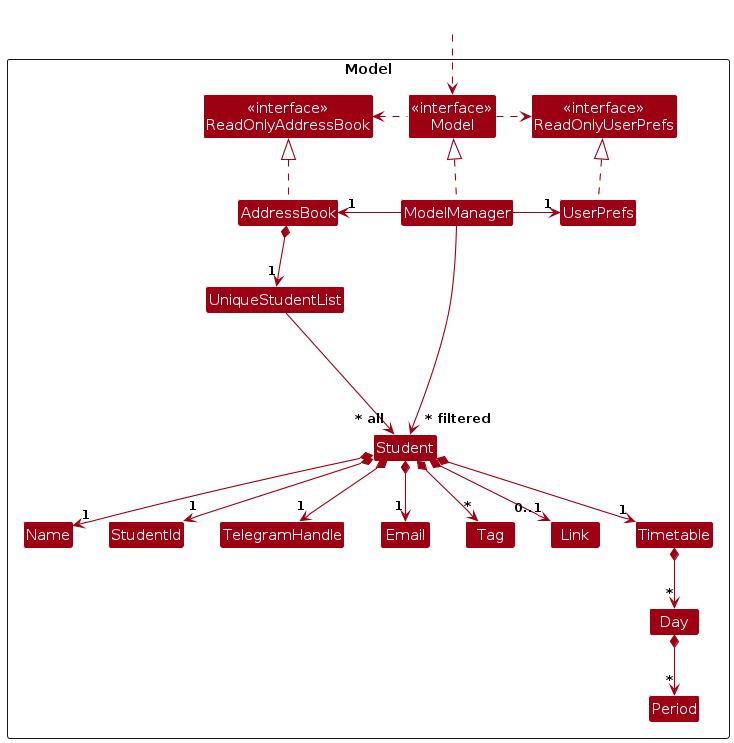
AY2324S2-CS2103-T14-1/tp keeps this PlantUML diagram as diagrams/ModelClassDiagram.png. Above is the earlier version. Its source is kept beside it as diagrams/ModelClassDiagram.puml. Its diagram source:
```plantuml
@startuml
!include style.puml
skinparam arrowThickness 1.1
skinparam arrowColor MODEL_COLOR
skinparam classBackgroundColor MODEL_COLOR

Package Model as ModelPackage <<Rectangle>>{
Class "<<interface>>\nReadOnlyAddressBook" as ReadOnlyAddressBook
Class "<<interface>>\nReadOnlyUserPrefs" as ReadOnlyUserPrefs
Class "<<interface>>\nModel" as Model
Class AddressBook
Class ModelManager
Class UserPrefs

Class UniqueStudentList
Class Student
Class TelegramHandle
Class Email
Class Name
Class StudentId
Class Tag
Class Link
Class Timetable
Class Day
Class Period

Class I #FFFFFF
}

Class HiddenOutside #FFFFFF
HiddenOutside ..> Model

AddressBook .up.|> ReadOnlyAddressBook

ModelManager .up.|> Model
Model .right.> ReadOnlyUserPrefs
Model .left.> ReadOnlyAddressBook
ModelManager -left-> "1" AddressBook
ModelManager -right-> "1" UserPrefs
UserPrefs .up.|> ReadOnlyUserPrefs

AddressBook *--> "1" UniqueStudentList
UniqueStudentList --> "~* all" Student
Student *--> "1" Name
Student *--> "1" StudentId
Student *--> "1" TelegramHandle
Student *--> "1" Email
Student *--> "*" Tag
Student *--> "0..1" Link
Student *--> "1" Timetable
Timetable *--> "*" Day
Day *--> "*" Period

Student -[hidden]up--> I
UniqueStudentList -[hidden]right-> I

Name -[hidden]right-> StudentId
StudentId -[hidden]right-> TelegramHandle
TelegramHandle -[hidden]right-> Email
Email -[hidden]right-> Tag

ModelManager --> "~* filtered" Student
@enduml
```
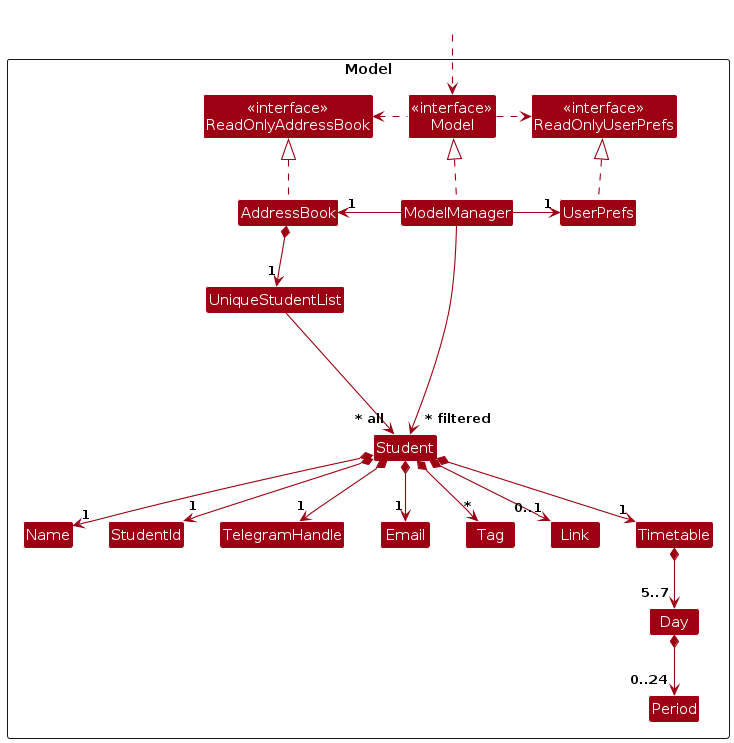
Later version of the same file.

The edit, as a diff of the source:
```diff
@@ -48,8 +48,8 @@
 Student *--> "*" Tag
 Student *--> "0..1" Link
 Student *--> "1" Timetable
-Timetable *--> "*" Day
-Day *--> "*" Period
+Timetable *--> "5..7" Day
+Day *--> "0..24" Period
 
 Student -[hidden]up--> I
 UniqueStudentList -[hidden]right-> I
```
